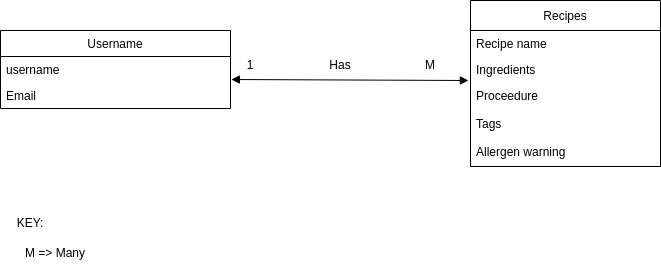
This is data-model.drawio.png from musaubrian/drawio, a draw.io export, as it was before one commit. Source tidied: cells renumbered, new cells last; positions are measured from the earlier drawing's top-left corner, leaving out a move shared by most shapes.
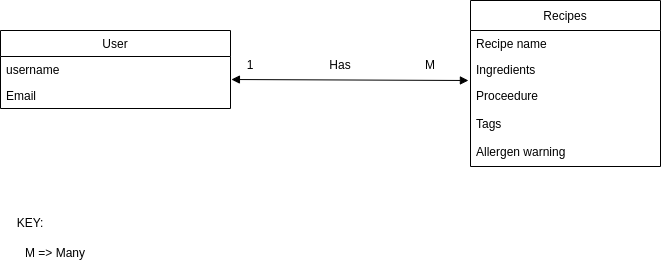
The same diagram one commit later.

What changed in the source:
```diff
@@ -2,7 +2,7 @@
   <root>
     <mxCell id="0" />
     <mxCell id="1" parent="0" />
-    <mxCell id="2" value="Username" style="swimlane;fontStyle=0;horizontal=1;startSize=26;fillColor=none;" parent="1" vertex="1">
+    <mxCell id="2" value="User" style="swimlane;fontStyle=0;horizontal=1;startSize=26;fillColor=none;" parent="1" vertex="1">
       <mxGeometry y="30" width="230" height="78" as="geometry" />
     </mxCell>
     <mxCell id="3" value="username" style="text;strokeColor=none;fillColor=none;align=left;verticalAlign=top;spacingLeft=4;spacingRight=4;overflow=hidden;points=[[0,0.5],[1,0.5]];portConstraint=eastwest;shadow=0;" parent="2" vertex="1">
```
